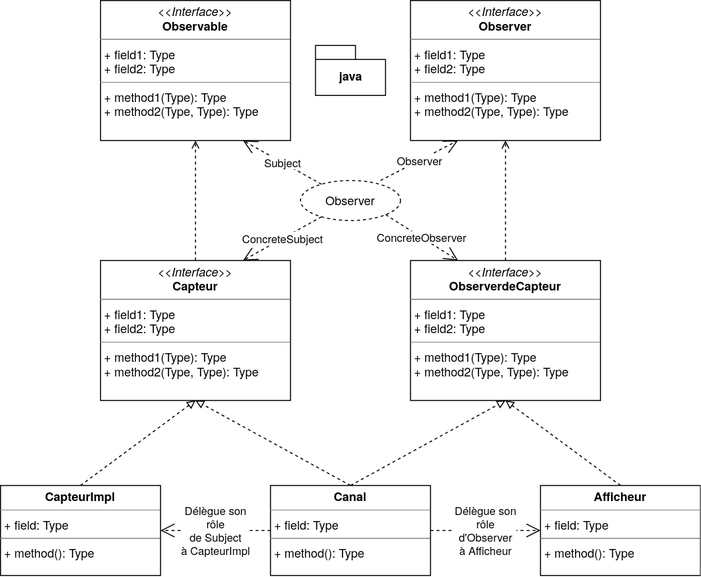
Earlier version of the draw.io export img/Observer.png (thomas-guzik/project-observer). Source tidied: cells renumbered, new cells last; positions are measured from the earlier drawing's top-left corner, leaving out a move shared by most shapes.
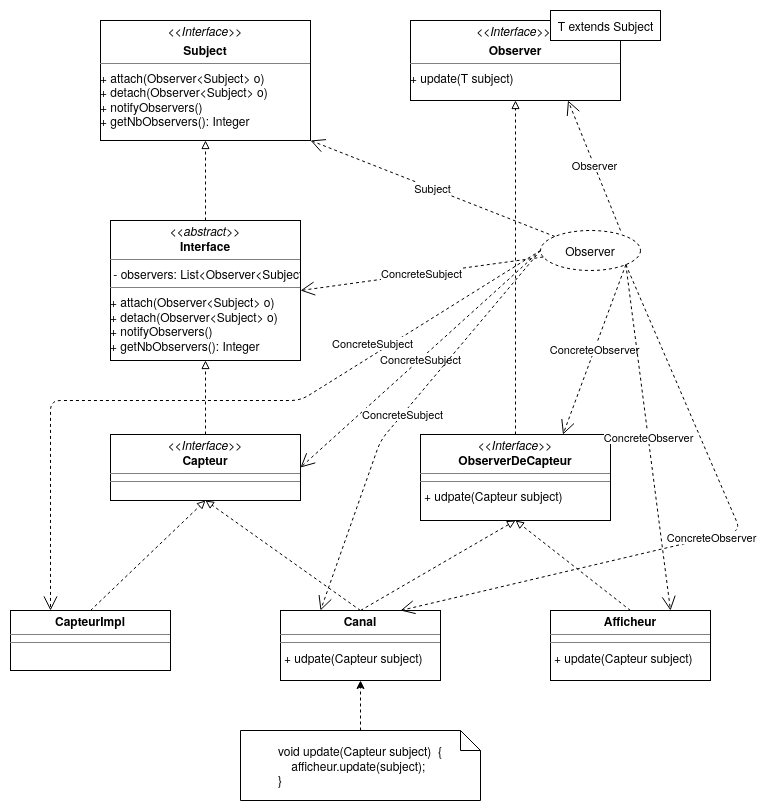
Above is the later version.

What changed in the source:
```diff
@@ -2,47 +2,38 @@
   <root>
     <mxCell id="0" />
     <mxCell id="1" parent="0" />
-    <mxCell id="2" style="edgeStyle=none;rounded=0;jettySize=auto;html=1;exitX=0.5;exitY=0;exitDx=0;exitDy=0;dashed=1;startArrow=none;startFill=0;endArrow=open;endFill=0;" parent="1" edge="1" source="3" target="6">
-      <mxGeometry relative="1" as="geometry" />
-    </mxCell>
+    <mxCell id="23" style="edgeStyle=orthogonalEdgeStyle;rounded=0;jettySize=auto;html=1;exitX=0.5;exitY=0;exitDx=0;exitDy=0;entryX=0.5;entryY=1;entryDx=0;entryDy=0;dashed=1;endArrow=block;endFill=0;" parent="1" edge="1" source="3" target="29">
+      <mxGeometry relative="1" as="geometry" />
+    </mxCell>
-    <mxCell id="3" value="&lt;p style=&quot;margin: 0px ; margin-top: 4px ; text-align: center&quot;&gt;&lt;i&gt;&amp;lt;&amp;lt;Interface&amp;gt;&amp;gt;&lt;/i&gt;&lt;br&gt;&lt;b&gt;Capteur&lt;/b&gt;&lt;/p&gt;&lt;hr size=&quot;1&quot;&gt;&lt;p style=&quot;margin: 0px ; margin-left: 4px&quot;&gt;+ field1: Type&lt;br&gt;+ field2: Type&lt;/p&gt;&lt;hr size=&quot;1&quot;&gt;&lt;p style=&quot;margin: 0px ; margin-left: 4px&quot;&gt;+ method1(Type): Type&lt;br&gt;+ method2(Type, Type): Type&lt;/p&gt;" style="verticalAlign=top;align=left;overflow=fill;fontSize=12;fontFamily=Helvetica;html=1;" parent="1" vertex="1">
-      <mxGeometry x="100" y="260" width="190" height="140" as="geometry" />
+    <mxCell id="3" value="&lt;p style=&quot;margin: 0px ; margin-top: 4px ; text-align: center&quot;&gt;&lt;i&gt;&amp;lt;&amp;lt;Interface&amp;gt;&amp;gt;&lt;/i&gt;&lt;br&gt;&lt;b&gt;Capteur&lt;/b&gt;&lt;/p&gt;&lt;hr size=&quot;1&quot;&gt;&lt;hr size=&quot;1&quot;&gt;&lt;p style=&quot;margin: 0px ; margin-left: 4px&quot;&gt;&lt;br&gt;&lt;/p&gt;" style="verticalAlign=top;align=left;overflow=fill;fontSize=12;fontFamily=Helvetica;html=1;" parent="1" vertex="1">
+      <mxGeometry x="-590" y="754" width="190" height="66" as="geometry" />
     </mxCell>
-    <mxCell id="4" style="edgeStyle=none;rounded=0;jettySize=auto;html=1;exitX=0.5;exitY=0;exitDx=0;exitDy=0;dashed=1;startArrow=none;startFill=0;endArrow=open;endFill=0;" parent="1" edge="1" source="5" target="7">
-      <mxGeometry relative="1" as="geometry" />
-    </mxCell>
+    <mxCell id="24" style="edgeStyle=orthogonalEdgeStyle;rounded=0;jettySize=auto;html=1;exitX=0.5;exitY=0;exitDx=0;exitDy=0;dashed=1;endArrow=block;endFill=0;" parent="1" edge="1" source="5" target="26">
+      <mxGeometry relative="1" as="geometry" />
+    </mxCell>
-    <mxCell id="5" value="&lt;p style=&quot;margin: 0px ; margin-top: 4px ; text-align: center&quot;&gt;&lt;i&gt;&amp;lt;&amp;lt;Interface&amp;gt;&amp;gt;&lt;/i&gt;&lt;br&gt;&lt;b&gt;ObserverdeCapteur&lt;/b&gt;&lt;/p&gt;&lt;hr size=&quot;1&quot;&gt;&lt;p style=&quot;margin: 0px ; margin-left: 4px&quot;&gt;+ field1: Type&lt;br&gt;+ field2: Type&lt;/p&gt;&lt;hr size=&quot;1&quot;&gt;&lt;p style=&quot;margin: 0px ; margin-left: 4px&quot;&gt;+ method1(Type): Type&lt;br&gt;+ method2(Type, Type): Type&lt;/p&gt;" style="verticalAlign=top;align=left;overflow=fill;fontSize=12;fontFamily=Helvetica;html=1;" parent="1" vertex="1">
-      <mxGeometry x="410" y="260" width="190" height="140" as="geometry" />
+    <mxCell id="5" value="&lt;p style=&quot;margin: 0px ; margin-top: 4px ; text-align: center&quot;&gt;&lt;i&gt;&amp;lt;&amp;lt;Interface&amp;gt;&amp;gt;&lt;/i&gt;&lt;br&gt;&lt;b&gt;ObserverDeCapteur&lt;/b&gt;&lt;/p&gt;&lt;hr size=&quot;1&quot;&gt;&lt;hr size=&quot;1&quot;&gt;&lt;p style=&quot;margin: 0px ; margin-left: 4px&quot;&gt;+ udpate(Capteur subject)&lt;br&gt;&lt;/p&gt;" style="verticalAlign=top;align=left;overflow=fill;fontSize=12;fontFamily=Helvetica;html=1;" parent="1" vertex="1">
+      <mxGeometry x="-280" y="754" width="190" height="86" as="geometry" />
     </mxCell>
-    <mxCell id="6" value="&lt;p style=&quot;margin: 0px ; margin-top: 4px ; text-align: center&quot;&gt;&lt;i&gt;&amp;lt;&amp;lt;Interface&amp;gt;&amp;gt;&lt;/i&gt;&lt;br&gt;&lt;b&gt;Observable&lt;/b&gt;&lt;/p&gt;&lt;hr size=&quot;1&quot;&gt;&lt;p style=&quot;margin: 0px ; margin-left: 4px&quot;&gt;+ field1: Type&lt;br&gt;+ field2: Type&lt;/p&gt;&lt;hr size=&quot;1&quot;&gt;&lt;p style=&quot;margin: 0px ; margin-left: 4px&quot;&gt;+ method1(Type): Type&lt;br&gt;+ method2(Type, Type): Type&lt;/p&gt;" style="verticalAlign=top;align=left;overflow=fill;fontSize=12;fontFamily=Helvetica;html=1;" parent="1" vertex="1">
-      <mxGeometry x="100" width="190" height="140" as="geometry" />
-    </mxCell>
-    <mxCell id="7" value="&lt;p style=&quot;margin: 0px ; margin-top: 4px ; text-align: center&quot;&gt;&lt;i&gt;&amp;lt;&amp;lt;Interface&amp;gt;&amp;gt;&lt;/i&gt;&lt;br&gt;&lt;b&gt;Observer&lt;/b&gt;&lt;/p&gt;&lt;hr size=&quot;1&quot;&gt;&lt;p style=&quot;margin: 0px ; margin-left: 4px&quot;&gt;+ field1: Type&lt;br&gt;+ field2: Type&lt;/p&gt;&lt;hr size=&quot;1&quot;&gt;&lt;p style=&quot;margin: 0px ; margin-left: 4px&quot;&gt;+ method1(Type): Type&lt;br&gt;+ method2(Type, Type): Type&lt;/p&gt;" style="verticalAlign=top;align=left;overflow=fill;fontSize=12;fontFamily=Helvetica;html=1;" parent="1" vertex="1">
-      <mxGeometry x="410" width="190" height="140" as="geometry" />
-    </mxCell>
     <mxCell id="8" value="Observer" style="ellipse;whiteSpace=wrap;html=1;align=center;dashed=1;" parent="1" vertex="1">
-      <mxGeometry x="300" y="180" width="100" height="40" as="geometry" />
+      <mxGeometry x="-160" y="550" width="100" height="40" as="geometry" />
     </mxCell>
-    <mxCell id="9" value="java" style="shape=folder;fontStyle=1;spacingTop=10;tabWidth=40;tabHeight=14;tabPosition=left;html=1;" parent="1" vertex="1">
-      <mxGeometry x="315" y="45" width="70" height="50" as="geometry" />
-    </mxCell>
-    <mxCell id="10" value="Subject" style="endArrow=open;endSize=12;dashed=1;html=1;entryX=0.75;entryY=1;entryDx=0;entryDy=0;" parent="1" edge="1" source="8" target="6">
+    <mxCell id="10" value="Subject" style="endArrow=open;endSize=12;dashed=1;html=1;entryX=1;entryY=1;entryDx=0;entryDy=0;" parent="1" edge="1" source="8" target="25">
       <mxGeometry relative="1" as="geometry" />
     </mxCell>
-    <mxCell id="11" value="Observer" style="endArrow=open;endSize=12;dashed=1;html=1;entryX=0.25;entryY=1;entryDx=0;entryDy=0;exitX=0.8;exitY=0;exitDx=0;exitDy=0;exitPerimeter=0;" parent="1" edge="1" source="8" target="7">
+    <mxCell id="11" value="Observer" style="endArrow=open;endSize=12;dashed=1;html=1;exitX=0.8;exitY=0;exitDx=0;exitDy=0;exitPerimeter=0;entryX=0.75;entryY=1;entryDx=0;entryDy=0;" parent="1" edge="1" source="8" target="26">
       <mxGeometry relative="1" as="geometry" />
     </mxCell>
-    <mxCell id="12" value="ConcreteSubject" style="endArrow=open;endSize=12;dashed=1;html=1;entryX=0.75;entryY=0;entryDx=0;entryDy=0;" parent="1" edge="1" source="8" target="3">
+    <mxCell id="12" value="ConcreteSubject" style="endArrow=open;endSize=12;dashed=1;html=1;entryX=1;entryY=0.5;entryDx=0;entryDy=0;" parent="1" edge="1" source="8" target="29">
       <mxGeometry relative="1" as="geometry" />
     </mxCell>
-    <mxCell id="13" value="ConcreteObserver" style="endArrow=open;endSize=12;dashed=1;html=1;exitX=1;exitY=1;exitDx=0;exitDy=0;entryX=0.25;entryY=0;entryDx=0;entryDy=0;" parent="1" edge="1" source="8" target="5">
+    <mxCell id="13" value="ConcreteObserver" style="endArrow=open;endSize=12;dashed=1;html=1;exitX=1;exitY=1;exitDx=0;exitDy=0;entryX=0.75;entryY=0;entryDx=0;entryDy=0;" parent="1" edge="1" source="8" target="5">
       <mxGeometry relative="1" as="geometry" />
     </mxCell>
     <mxCell id="14" style="edgeStyle=none;rounded=0;jettySize=auto;html=1;exitX=0.5;exitY=0;exitDx=0;exitDy=0;entryX=0.5;entryY=1;entryDx=0;entryDy=0;dashed=1;startArrow=none;startFill=0;endArrow=block;endFill=0;" parent="1" edge="1" source="15" target="3">
       <mxGeometry relative="1" as="geometry" />
     </mxCell>
-    <mxCell id="15" value="&lt;p style=&quot;margin: 0px ; margin-top: 4px ; text-align: center&quot;&gt;&lt;b&gt;CapteurImpl&lt;/b&gt;&lt;/p&gt;&lt;hr size=&quot;1&quot;&gt;&lt;p style=&quot;margin: 0px ; margin-left: 4px&quot;&gt;+ field: Type&lt;/p&gt;&lt;hr size=&quot;1&quot;&gt;&lt;p style=&quot;margin: 0px ; margin-left: 4px&quot;&gt;+ method(): Type&lt;/p&gt;" style="verticalAlign=top;align=left;overflow=fill;fontSize=12;fontFamily=Helvetica;html=1;" parent="1" vertex="1">
-      <mxGeometry y="485" width="160" height="90" as="geometry" />
+    <mxCell id="15" value="&lt;p style=&quot;margin: 0px ; margin-top: 4px ; text-align: center&quot;&gt;&lt;b&gt;CapteurImpl&lt;/b&gt;&lt;/p&gt;&lt;hr size=&quot;1&quot;&gt;&lt;hr size=&quot;1&quot;&gt;" style="verticalAlign=top;align=left;overflow=fill;fontSize=12;fontFamily=Helvetica;html=1;" parent="1" vertex="1">
+      <mxGeometry x="-690" y="930" width="160" height="60" as="geometry" />
     </mxCell>
     <mxCell id="16" style="edgeStyle=none;rounded=0;jettySize=auto;html=1;exitX=0.5;exitY=0;exitDx=0;exitDy=0;entryX=0.5;entryY=1;entryDx=0;entryDy=0;dashed=1;startArrow=none;startFill=0;endArrow=block;endFill=0;" parent="1" edge="1" source="18" target="3">
       <mxGeometry relative="1" as="geometry" />
@@ -50,20 +41,64 @@
     <mxCell id="17" style="edgeStyle=none;rounded=0;jettySize=auto;html=1;exitX=0.5;exitY=0;exitDx=0;exitDy=0;entryX=0.5;entryY=1;entryDx=0;entryDy=0;dashed=1;startArrow=none;startFill=0;endArrow=block;endFill=0;" parent="1" edge="1" source="18" target="5">
       <mxGeometry relative="1" as="geometry" />
     </mxCell>
-    <mxCell id="18" value="&lt;p style=&quot;margin: 0px ; margin-top: 4px ; text-align: center&quot;&gt;&lt;b&gt;Canal&lt;/b&gt;&lt;/p&gt;&lt;hr size=&quot;1&quot;&gt;&lt;p style=&quot;margin: 0px ; margin-left: 4px&quot;&gt;+ field: Type&lt;/p&gt;&lt;hr size=&quot;1&quot;&gt;&lt;p style=&quot;margin: 0px ; margin-left: 4px&quot;&gt;+ method(): Type&lt;/p&gt;" style="verticalAlign=top;align=left;overflow=fill;fontSize=12;fontFamily=Helvetica;html=1;" parent="1" vertex="1">
-      <mxGeometry x="270" y="485" width="160" height="90" as="geometry" />
+    <mxCell id="18" value="&lt;p style=&quot;margin: 0px ; margin-top: 4px ; text-align: center&quot;&gt;&lt;b&gt;Canal&lt;/b&gt;&lt;/p&gt;&lt;hr size=&quot;1&quot;&gt;&lt;hr size=&quot;1&quot;&gt;&lt;p style=&quot;margin: 0px ; margin-left: 4px&quot;&gt;+ udpate(Capteur subject)&lt;br&gt;&lt;/p&gt;" style="verticalAlign=top;align=left;overflow=fill;fontSize=12;fontFamily=Helvetica;html=1;" parent="1" vertex="1">
+      <mxGeometry x="-420" y="930" width="160" height="70" as="geometry" />
     </mxCell>
     <mxCell id="19" style="edgeStyle=none;rounded=0;jettySize=auto;html=1;exitX=0.5;exitY=0;exitDx=0;exitDy=0;entryX=0.5;entryY=1;entryDx=0;entryDy=0;dashed=1;startArrow=none;startFill=0;endArrow=block;endFill=0;" parent="1" edge="1" source="20" target="5">
       <mxGeometry relative="1" as="geometry" />
     </mxCell>
-    <mxCell id="20" value="&lt;p style=&quot;margin: 0px ; margin-top: 4px ; text-align: center&quot;&gt;&lt;b&gt;Afficheur&lt;/b&gt;&lt;/p&gt;&lt;hr size=&quot;1&quot;&gt;&lt;p style=&quot;margin: 0px ; margin-left: 4px&quot;&gt;+ field: Type&lt;/p&gt;&lt;hr size=&quot;1&quot;&gt;&lt;p style=&quot;margin: 0px ; margin-left: 4px&quot;&gt;+ method(): Type&lt;/p&gt;" style="verticalAlign=top;align=left;overflow=fill;fontSize=12;fontFamily=Helvetica;html=1;" parent="1" vertex="1">
-      <mxGeometry x="540" y="485" width="160" height="90" as="geometry" />
+    <mxCell id="20" value="&lt;p style=&quot;margin: 0px ; margin-top: 4px ; text-align: center&quot;&gt;&lt;b&gt;Afficheur&lt;/b&gt;&lt;/p&gt;&lt;hr size=&quot;1&quot;&gt;&lt;hr size=&quot;1&quot;&gt;&lt;p style=&quot;margin: 0px ; margin-left: 4px&quot;&gt;+ update(Capteur subject)&lt;br&gt;&lt;/p&gt;" style="verticalAlign=top;align=left;overflow=fill;fontSize=12;fontFamily=Helvetica;html=1;" parent="1" vertex="1">
+      <mxGeometry x="-150" y="930" width="160" height="70" as="geometry" />
     </mxCell>
-    <mxCell id="21" value="&lt;div&gt;Délègue son &lt;br&gt;&lt;/div&gt;&lt;div&gt;rôle &lt;br&gt;&lt;/div&gt;&lt;div&gt;d'Observer &lt;br&gt;&lt;/div&gt;&lt;div&gt;à Afficheur&lt;/div&gt;" style="endArrow=open;endSize=12;dashed=1;html=1;exitX=1;exitY=0.5;exitDx=0;exitDy=0;entryX=0;entryY=0.5;entryDx=0;entryDy=0;" parent="1" edge="1" source="18" target="20">
-      <mxGeometry relative="1" as="geometry" />
-    </mxCell>
-    <mxCell id="22" value="&lt;div&gt;Délègue son&lt;/div&gt;&lt;div&gt;rôle&lt;/div&gt;&lt;div&gt;de Subject&lt;/div&gt;&lt;div&gt;à CapteurImpl&lt;br&gt;&lt;/div&gt;" style="endArrow=open;endSize=12;dashed=1;html=1;entryX=1;entryY=0.5;entryDx=0;entryDy=0;exitX=0;exitY=0.5;exitDx=0;exitDy=0;" parent="1" edge="1" source="18" target="15">
-      <mxGeometry relative="1" as="geometry" />
-    </mxCell>
+    <mxCell id="25" value="&lt;p style=&quot;margin: 0px ; margin-top: 4px ; text-align: center&quot;&gt;&lt;i&gt;&amp;lt;&amp;lt;Interface&amp;gt;&amp;gt;&lt;/i&gt;&lt;b&gt;&lt;br&gt;&lt;/b&gt;&lt;/p&gt;&lt;p style=&quot;margin: 0px ; margin-top: 4px ; text-align: center&quot;&gt;&lt;b&gt;Subject&lt;/b&gt;&lt;/p&gt;&lt;hr size=&quot;1&quot;&gt;&lt;div style=&quot;height: 2px&quot;&gt;&lt;div align=&quot;left&quot;&gt;+ attach(Observer&amp;lt;Subject&amp;gt; o)&lt;br&gt;&lt;/div&gt;+ detach(Observer&amp;lt;Subject&amp;gt; o)&lt;br&gt;+ notifyObservers()&lt;br&gt;+ getNbObservers(): Integer&lt;br&gt;&lt;/div&gt;" style="verticalAlign=top;align=left;overflow=fill;fontSize=12;fontFamily=Helvetica;html=1;" parent="1" vertex="1">
+      <mxGeometry x="-600" y="340" width="210" height="120" as="geometry" />
+    </mxCell>
+    <mxCell id="26" value="&lt;p style=&quot;margin: 0px ; margin-top: 4px ; text-align: center&quot;&gt;&lt;i&gt;&amp;lt;&amp;lt;Interface&amp;gt;&amp;gt;&amp;nbsp; &lt;/i&gt;&lt;b&gt;&lt;br&gt;&lt;/b&gt;&lt;/p&gt;&lt;p style=&quot;margin: 0px ; margin-top: 4px ; text-align: center&quot;&gt;&lt;b&gt;Observer&lt;/b&gt;&lt;/p&gt;&lt;hr size=&quot;1&quot;&gt;&lt;div style=&quot;height: 2px&quot;&gt;&lt;div align=&quot;left&quot;&gt;+ update(T subject)&lt;br&gt;&lt;/div&gt;&lt;/div&gt;" style="verticalAlign=top;align=left;overflow=fill;fontSize=12;fontFamily=Helvetica;html=1;" parent="1" vertex="1">
+      <mxGeometry x="-290" y="340" width="210" height="80" as="geometry" />
+    </mxCell>
+    <mxCell id="27" value="T extends Subject" style="html=1;align=center;verticalAlign=middle;rounded=0;absoluteArcSize=1;arcSize=10;dashed=0;" parent="1" vertex="1">
+      <mxGeometry x="-150" y="330" width="110" height="30" as="geometry" />
+    </mxCell>
+    <mxCell id="28" style="edgeStyle=orthogonalEdgeStyle;rounded=0;jettySize=auto;html=1;exitX=0.5;exitY=0;exitDx=0;exitDy=0;entryX=0.5;entryY=1;entryDx=0;entryDy=0;endArrow=block;endFill=0;dashed=1;" parent="1" edge="1" source="29" target="25">
+      <mxGeometry relative="1" as="geometry" />
+    </mxCell>
+    <mxCell id="29" value="&lt;p style=&quot;margin: 0px ; margin-top: 4px ; text-align: center&quot;&gt;&lt;i&gt;&amp;lt;&amp;lt;abstract&amp;gt;&amp;gt;&lt;/i&gt;&lt;br&gt;&lt;b&gt;Interface&lt;/b&gt;&lt;/p&gt;&lt;hr size=&quot;1&quot;&gt;&amp;nbsp;- observers: List&amp;lt;Observer&amp;lt;Subject&amp;gt;&amp;gt; &lt;br&gt;&lt;hr size=&quot;1&quot;&gt;&lt;div align=&quot;left&quot;&gt;+ attach(Observer&amp;lt;Subject&amp;gt; o)&lt;br&gt;&lt;/div&gt;+ detach(Observer&amp;lt;Subject&amp;gt; o)&lt;br&gt;+ notifyObservers()&lt;br&gt;+ getNbObservers(): Integer" style="verticalAlign=top;align=left;overflow=fill;fontSize=12;fontFamily=Helvetica;html=1;" parent="1" vertex="1">
+      <mxGeometry x="-590" y="540" width="190" height="140" as="geometry" />
+    </mxCell>
+    <mxCell id="30" value="ConcreteObserver" style="endArrow=open;endSize=12;dashed=1;html=1;exitX=1;exitY=1;exitDx=0;exitDy=0;entryX=0.75;entryY=0;entryDx=0;entryDy=0;" parent="1" edge="1" source="8" target="20">
+      <mxGeometry relative="1" as="geometry" />
+    </mxCell>
+    <mxCell id="31" value="ConcreteObserver" style="endArrow=open;endSize=12;dashed=1;html=1;exitX=1;exitY=1;exitDx=0;exitDy=0;entryX=0.75;entryY=0;entryDx=0;entryDy=0;" parent="1" edge="1" source="8" target="18">
+      <mxGeometry relative="1" as="geometry">
+        <Array as="points">
+          <mxPoint x="40" y="850" />
+        </Array>
+      </mxGeometry>
+    </mxCell>
+    <mxCell id="32" value="ConcreteSubject" style="endArrow=open;endSize=12;dashed=1;html=1;entryX=1;entryY=0.5;entryDx=0;entryDy=0;exitX=0;exitY=0.5;exitDx=0;exitDy=0;" parent="1" edge="1" source="8" target="3">
+      <mxGeometry relative="1" as="geometry" />
+    </mxCell>
+    <mxCell id="33" value="ConcreteSubject" style="endArrow=open;endSize=12;dashed=1;html=1;entryX=0.25;entryY=0;entryDx=0;entryDy=0;exitX=0;exitY=0.5;exitDx=0;exitDy=0;" parent="1" edge="1" source="8" target="18">
+      <mxGeometry relative="1" as="geometry">
+        <Array as="points">
+          <mxPoint x="-320" y="760" />
+        </Array>
+      </mxGeometry>
+    </mxCell>
+    <mxCell id="34" value="ConcreteSubject" style="endArrow=open;endSize=12;dashed=1;html=1;entryX=0.25;entryY=0;entryDx=0;entryDy=0;exitX=0;exitY=0.5;exitDx=0;exitDy=0;" parent="1" edge="1" source="8" target="15">
+      <mxGeometry x="-0.48" y="-11" relative="1" as="geometry">
+        <Array as="points">
+          <mxPoint x="-400" y="720" />
+          <mxPoint x="-650" y="720" />
+        </Array>
+        <mxPoint x="1" as="offset" />
+      </mxGeometry>
+    </mxCell>
+    <mxCell id="35" style="edgeStyle=orthogonalEdgeStyle;rounded=0;jettySize=auto;html=1;exitX=0.5;exitY=0;exitDx=0;exitDy=0;exitPerimeter=0;entryX=0.5;entryY=1;entryDx=0;entryDy=0;dashed=1;endArrow=classic;endFill=1;" parent="1" edge="1" source="36" target="18">
+      <mxGeometry relative="1" as="geometry" />
+    </mxCell>
+    <mxCell id="36" value="&lt;div align=&quot;left&quot;&gt;void update(Capteur subject)&amp;nbsp; {&lt;br&gt;&lt;/div&gt;&lt;div align=&quot;left&quot;&gt;&amp;nbsp;&amp;nbsp;&amp;nbsp; afficheur.update(subject);&lt;/div&gt;&lt;div align=&quot;left&quot;&gt;}&lt;br&gt;&lt;/div&gt;" style="shape=note;size=20;whiteSpace=wrap;html=1;" parent="1" vertex="1">
+      <mxGeometry x="-460" y="1050" width="240" height="70" as="geometry" />
+    </mxCell>
   </root>
 </mxGraphModel>
```
